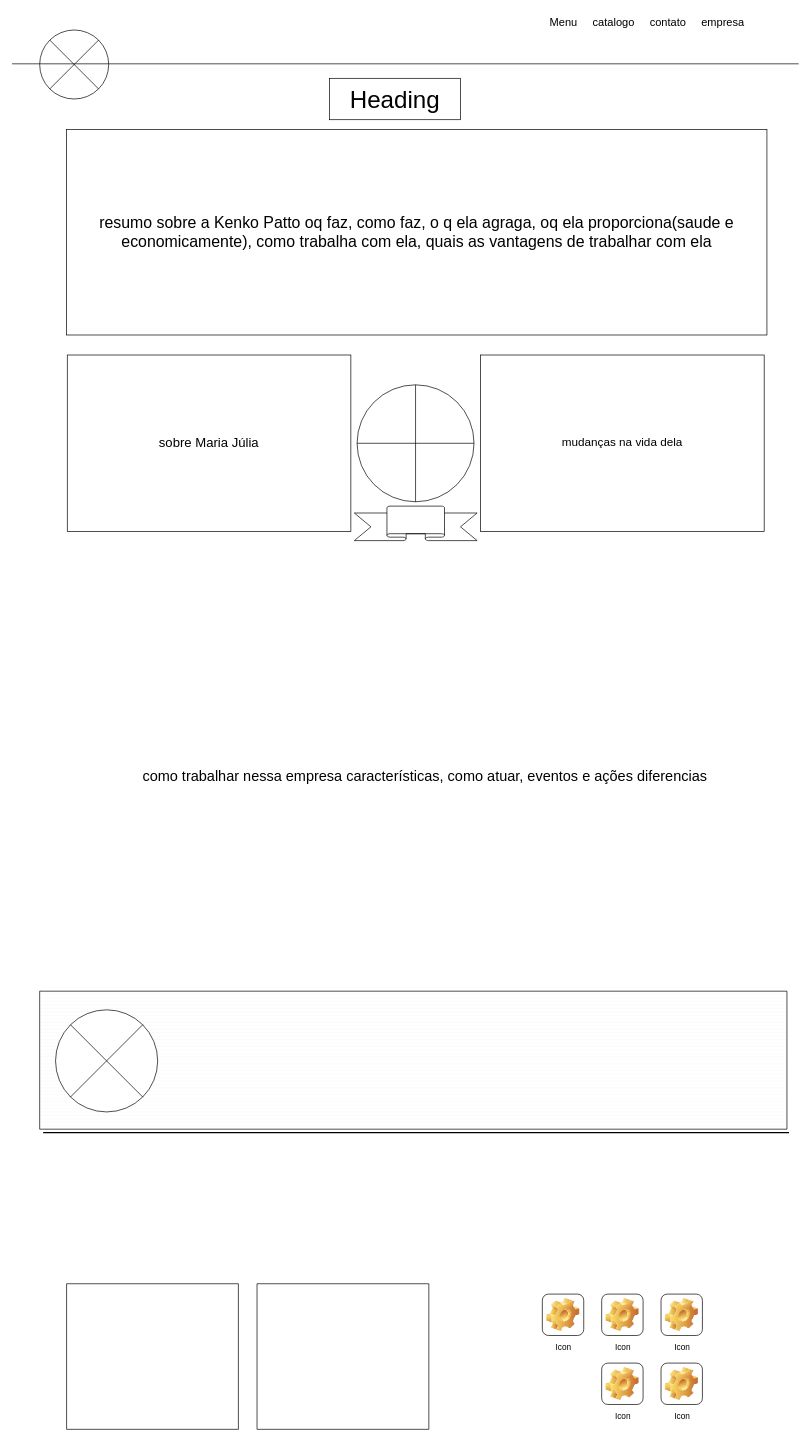
Earlier version of the draw.io diagram page "Página-1" (1 of 2) of Diagrama sem nome.drawio (josezito69/html5css3). Source tidied: cells renumbered, new cells numbered last; positions are measured from the earlier drawing's top-left corner, leaving out a move shared by most shapes. Both pictures are drawn from the tidied source at 69%, with x=0, y=0 at pixel (12, 12).
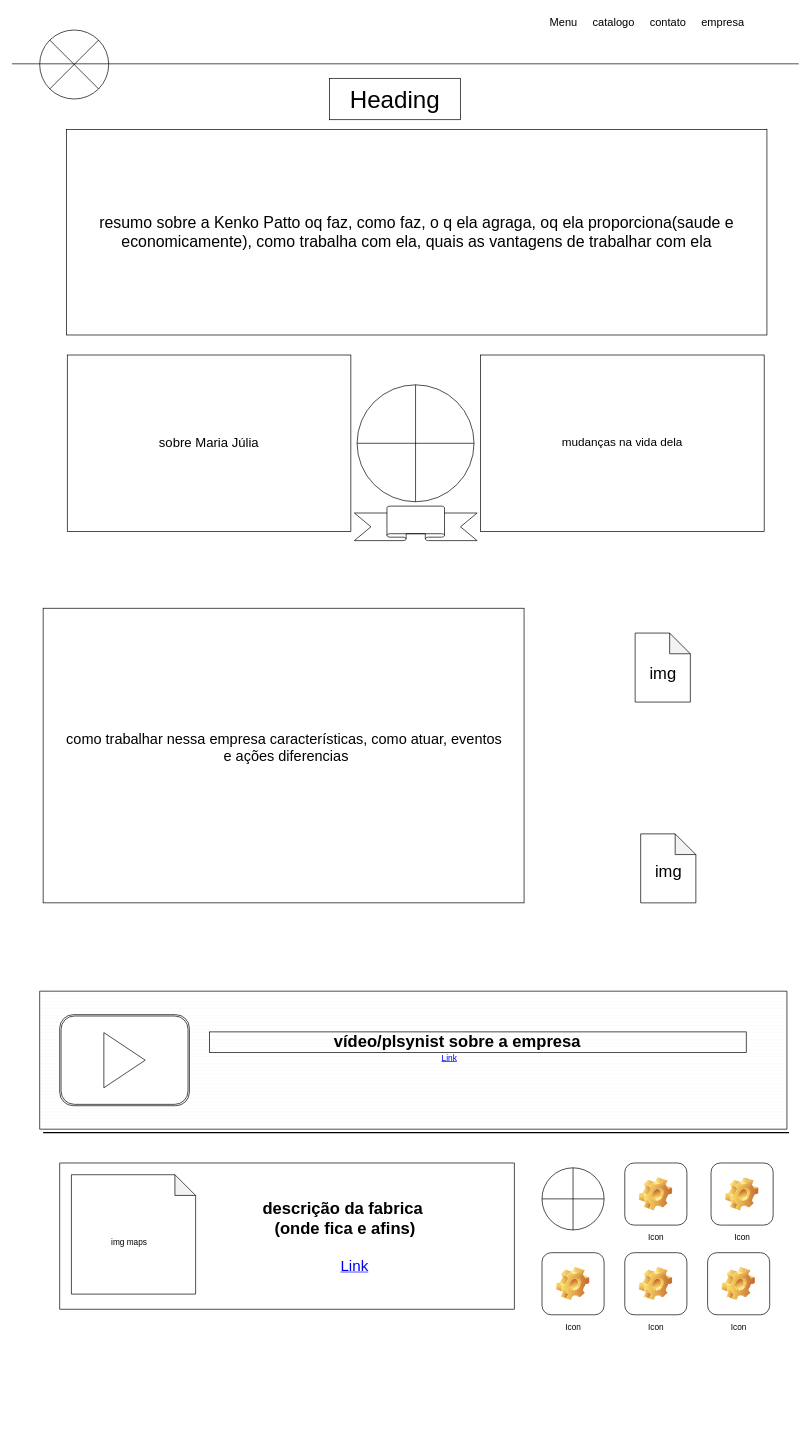
The same page after the edit.

Diff of the diagram source:
```diff
@@
+    <mxCell id="22" style="rounded=0;whiteSpace=wrap;html=1;verticalAlign=bottom;" parent="1" vertex="1">
+      <mxGeometry x="45" y="864" width="697" height="427" as="geometry" />
+    </mxCell>
@@
-    <mxCell id="10" value="&lt;font style=&quot;font-size: 21px;&quot;&gt;como trabalhar nessa empresa características, como atuar, eventos e ações diferencias&lt;/font&gt;&lt;div&gt;&lt;font style=&quot;font-size: 21px;&quot;&gt;&lt;br&gt;&lt;/font&gt;&lt;/div&gt;" style="text;html=1;align=center;verticalAlign=middle;strokeColor=none;fillColor=none;fontSize=21;" parent="1" vertex="1">
-      <mxGeometry x="180" y="1089" width="836" height="62" as="geometry" />
+    <mxCell id="10" value="&lt;font style=&quot;font-size: 21px;&quot;&gt;como trabalhar nessa empresa características, como atuar, eventos&lt;br&gt;&amp;nbsp;e ações diferencias&lt;/font&gt;&lt;div&gt;&lt;font style=&quot;font-size: 21px;&quot;&gt;&lt;br&gt;&lt;/font&gt;&lt;/div&gt;" style="text;html=1;align=center;verticalAlign=middle;strokeColor=none;fillColor=none;fontSize=21;" parent="1" vertex="1">
+      <mxGeometry x="69" y="1033.5" width="649" height="88" as="geometry" />
     </mxCell>
@@
-    <mxCell id="12" value="Icon" style="icon;html=1;image=img/clipart/Gear_128x128.png;" parent="1" vertex="1">
-      <mxGeometry x="854.5" y="1958" width="60" height="60" as="geometry" />
-    </mxCell>
     <mxCell id="13" value="Icon" style="icon;html=1;image=img/clipart/Gear_128x128.png;" parent="1" vertex="1">
-      <mxGeometry x="768.5" y="1858" width="60" height="60" as="geometry" />
+      <mxGeometry x="1008" y="1798" width="90" height="90" as="geometry" />
     </mxCell>
     <mxCell id="14" value="Icon" style="icon;html=1;image=img/clipart/Gear_128x128.png;" parent="1" vertex="1">
-      <mxGeometry x="854.5" y="1858" width="60" height="60" as="geometry" />
+      <mxGeometry x="888" y="1668" width="90" height="90" as="geometry" />
     </mxCell>
-    <mxCell id="15" value="Icon" style="icon;html=1;image=img/clipart/Gear_128x128.png;" parent="1" vertex="1">
-      <mxGeometry x="940.5" y="1858" width="60" height="60" as="geometry" />
-    </mxCell>
-    <mxCell id="16" value="Icon" style="icon;html=1;image=img/clipart/Gear_128x128.png;" parent="1" vertex="1">
-      <mxGeometry x="940.5" y="1958" width="60" height="60" as="geometry" />
-    </mxCell>
     <mxCell id="17" style="verticalLabelPosition=bottom;verticalAlign=top;html=1;shape=mxgraph.basic.rect;fillColor2=none;strokeWidth=1;size=20;indent=5;" parent="1" vertex="1">
-      <mxGeometry x="79" y="1843" width="249" height="211" as="geometry" />
+      <mxGeometry x="69" y="1668" width="659" height="212" as="geometry" />
     </mxCell>
-    <mxCell id="18" style="verticalLabelPosition=bottom;verticalAlign=top;html=1;shape=mxgraph.basic.rect;fillColor2=none;strokeWidth=1;size=20;indent=5;" parent="1" vertex="1">
-      <mxGeometry x="355" y="1843" width="249" height="211" as="geometry" />
-    </mxCell>
@@
-    <mxCell id="21" style="shape=sumEllipse;perimeter=ellipsePerimeter;whiteSpace=wrap;html=1;backgroundOutline=1;" parent="1" vertex="1">
-      <mxGeometry x="63" y="1446" width="148" height="148" as="geometry" />
-    </mxCell>
+    <mxCell id="23" style="shape=note;whiteSpace=wrap;html=1;backgroundOutline=1;darkOpacity=0.05;" parent="1" vertex="1">
+      <mxGeometry x="903" y="900" width="80" height="100" as="geometry" />
+    </mxCell>
+    <mxCell id="24" style="shape=note;whiteSpace=wrap;html=1;backgroundOutline=1;darkOpacity=0.05;" parent="1" vertex="1">
+      <mxGeometry x="911" y="1191" width="80" height="100" as="geometry" />
+    </mxCell>
+    <mxCell id="25" value="&lt;span style=&quot;font-weight: normal;&quot;&gt;img&lt;/span&gt;" style="text;strokeColor=none;fillColor=none;html=1;fontSize=24;fontStyle=1;verticalAlign=middle;align=center;" parent="1" vertex="1">
+      <mxGeometry x="893" y="939" width="100" height="40" as="geometry" />
+    </mxCell>
+    <mxCell id="26" value="&lt;span style=&quot;font-weight: normal;&quot;&gt;img&lt;/span&gt;" style="text;strokeColor=none;fillColor=none;html=1;fontSize=24;fontStyle=1;verticalAlign=middle;align=center;" parent="1" vertex="1">
+      <mxGeometry x="901" y="1226" width="100" height="40" as="geometry" />
+    </mxCell>
+    <mxCell id="27" style="shape=ext;double=1;rounded=1;whiteSpace=wrap;html=1;" parent="1" vertex="1">
+      <mxGeometry x="69" y="1453" width="188" height="132" as="geometry" />
+    </mxCell>
+    <mxCell id="28" style="triangle;whiteSpace=wrap;html=1;" parent="1" vertex="1">
+      <mxGeometry x="133" y="1479" width="60" height="80" as="geometry" />
+    </mxCell>
+    <mxCell id="29" value="&amp;nbsp; &amp;nbsp; &amp;nbsp; &amp;nbsp; &amp;nbsp; &amp;nbsp; &amp;nbsp; &amp;nbsp; &amp;nbsp; &amp;nbsp; &amp;nbsp; &amp;nbsp; &amp;nbsp; &amp;nbsp;vídeo/plsynist sobre a empresa&amp;nbsp; &amp;nbsp; &amp;nbsp; &amp;nbsp; &amp;nbsp; &amp;nbsp; &amp;nbsp; &amp;nbsp; &amp;nbsp; &amp;nbsp; &amp;nbsp; &amp;nbsp; &amp;nbsp; &amp;nbsp; &amp;nbsp; &amp;nbsp; &amp;nbsp; &amp;nbsp;&amp;nbsp;" style="text;strokeColor=none;fillColor=none;html=1;fontSize=24;fontStyle=1;verticalAlign=middle;align=center;labelBorderColor=default;" parent="1" vertex="1">
+      <mxGeometry x="286" y="1473" width="777" height="40" as="geometry" />
+    </mxCell>
+    <mxCell id="30" value="Link" style="text;html=1;strokeColor=none;fillColor=none;whiteSpace=wrap;align=center;verticalAlign=middle;fontColor=#0000EE;fontStyle=4;" parent="1" vertex="1">
+      <mxGeometry x="604" y="1496" width="60" height="40" as="geometry" />
+    </mxCell>
+    <mxCell id="31" value="descrição da fabrica&lt;div&gt;&amp;nbsp;(onde fica e afins)&lt;/div&gt;" style="text;strokeColor=none;fillColor=none;html=1;fontSize=24;fontStyle=1;verticalAlign=middle;align=center;" parent="1" vertex="1">
+      <mxGeometry x="213" y="1728" width="532" height="40" as="geometry" />
+    </mxCell>
+    <mxCell id="32" style="shape=note;whiteSpace=wrap;html=1;backgroundOutline=1;darkOpacity=0.05;" parent="1" vertex="1">
+      <mxGeometry x="86" y="1685" width="180" height="173" as="geometry" />
+    </mxCell>
+    <mxCell id="33" value="img maps" style="text;html=1;align=center;verticalAlign=middle;whiteSpace=wrap;rounded=0;" parent="1" vertex="1">
+      <mxGeometry x="140" y="1768" width="60" height="30" as="geometry" />
+    </mxCell>
+    <mxCell id="34" value="&lt;font style=&quot;font-size: 22px;&quot;&gt;Link&lt;/font&gt;" style="text;html=1;strokeColor=none;fillColor=none;whiteSpace=wrap;align=center;verticalAlign=middle;fontColor=#0000EE;fontStyle=4;" parent="1" vertex="1">
+      <mxGeometry x="275" y="1798" width="443" height="40" as="geometry" />
+    </mxCell>
+    <mxCell id="35" value="Icon" style="icon;html=1;image=img/clipart/Gear_128x128.png;" parent="1" vertex="1">
+      <mxGeometry x="1013" y="1668" width="90" height="90" as="geometry" />
+    </mxCell>
+    <mxCell id="36" value="Icon" style="icon;html=1;image=img/clipart/Gear_128x128.png;" parent="1" vertex="1">
+      <mxGeometry x="768" y="1798" width="90" height="90" as="geometry" />
+    </mxCell>
+    <mxCell id="37" value="Icon" style="icon;html=1;image=img/clipart/Gear_128x128.png;" parent="1" vertex="1">
+      <mxGeometry x="888" y="1798" width="90" height="90" as="geometry" />
+    </mxCell>
+    <mxCell id="38" style="shape=orEllipse;perimeter=ellipsePerimeter;whiteSpace=wrap;html=1;backgroundOutline=1;" parent="1" vertex="1">
+      <mxGeometry x="768" y="1675" width="90" height="90" as="geometry" />
+    </mxCell>
```
